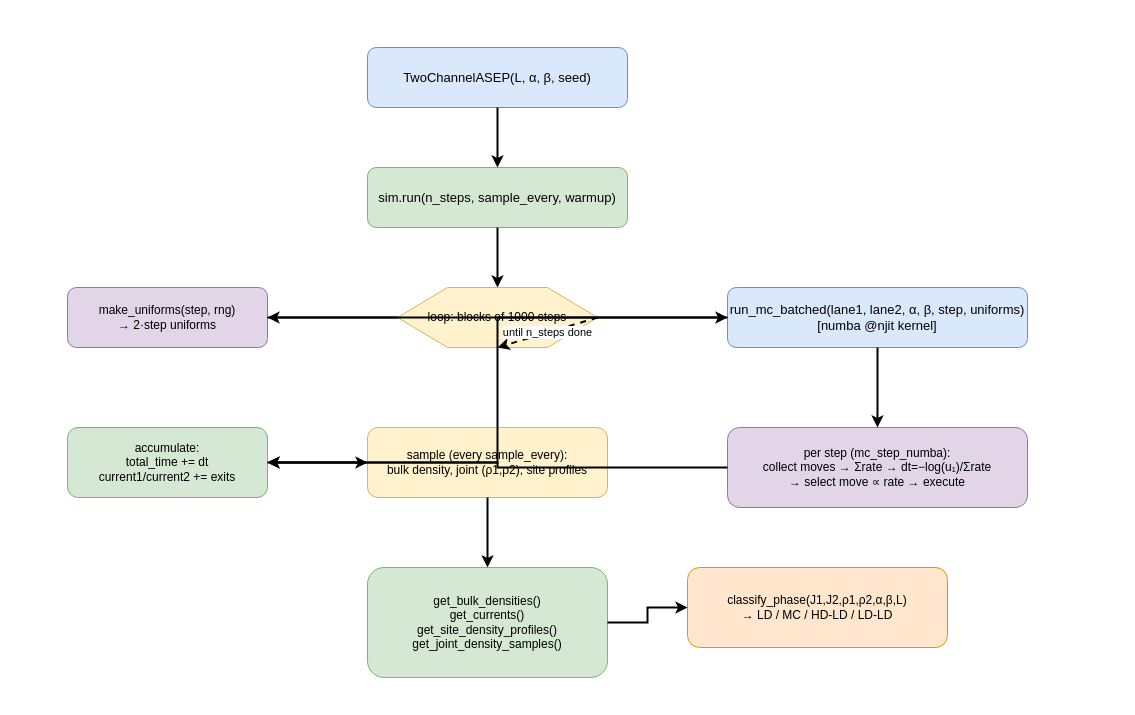
Above: diagrams/simulation_flow.drawio in tusca99/two-channel-asep (draw.io), before the change. Source tidied: cells renumbered, new cells numbered last; positions are measured from the earlier drawing's top-left corner, leaving out a move shared by most shapes. Both pictures are drawn from the tidied source at 100%, with x=0, y=0 at pixel (67, 47).
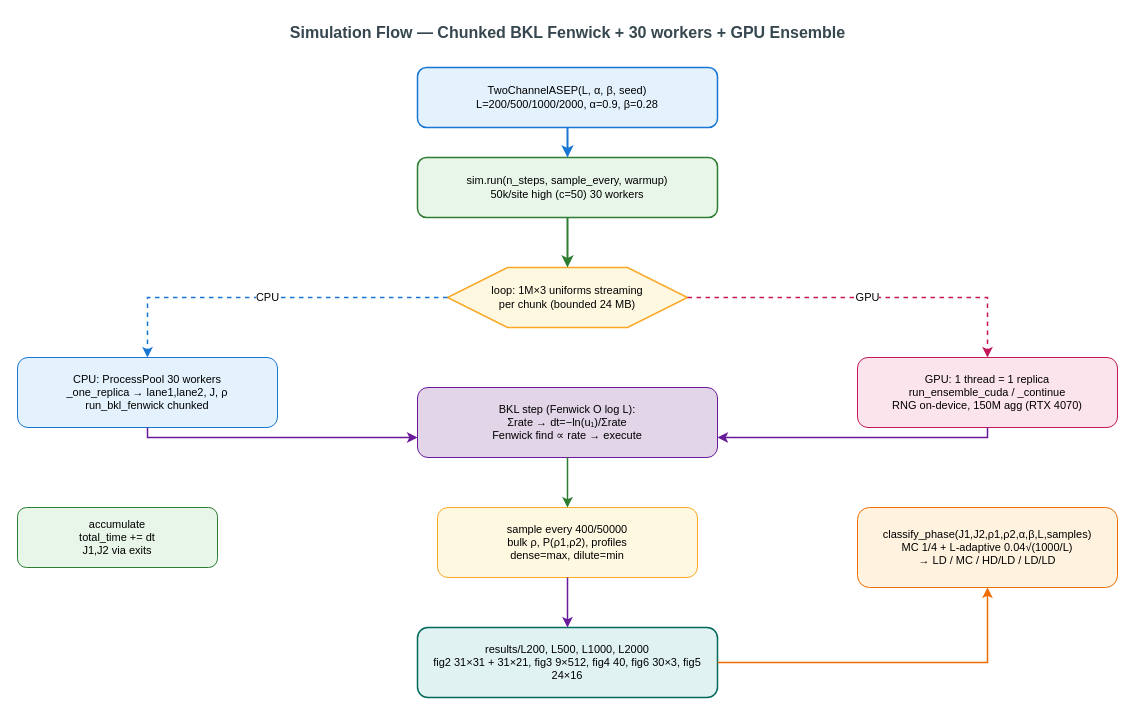
The same page after the edit.

Commit message (it also covers changes not shown here):
docs: update draw.io diagrams - lattice_schematic v2 (L=24 α0.9 β0.28), module_structure v2 (bkl Fenwick/GPU 30w 50k/site), mc_moves v2 (BKL vs GPU), simulation_flow v2 (chunked streaming)

What changed in the source:
```diff
@@
+    <mxCell id="23" value="Simulation Flow — Chunked BKL Fenwick + 30 workers + GPU Ensemble" style="text;html=1;strokeColor=none;fillColor=none;align=center;verticalAlign=middle;fontSize=16;fontStyle=1;fontColor=#37474f;" parent="1" vertex="1">
+      <mxGeometry x="150" y="-30" width="700" height="30" as="geometry" />
+    </mxCell>
-    <mxCell id="2" value="TwoChannelASEP(L, α, β, seed)" style="rounded=1;whiteSpace=wrap;html=1;fillColor=#dae8fc;strokeColor=#6c8ebf;fontSize=13;" parent="1" vertex="1">
-      <mxGeometry x="300" width="260" height="60" as="geometry" />
+    <mxCell id="2" value="TwoChannelASEP(L, α, β, seed)&#10;L=200/500/1000/2000, α=0.9, β=0.28" style="rounded=1;whiteSpace=wrap;html=1;fillColor=#e3f2fd;strokeColor=#1976d2;strokeWidth=1.5;fontSize=11;" parent="1" vertex="1">
+      <mxGeometry x="350" y="20" width="300" height="60" as="geometry" />
     </mxCell>
-    <mxCell id="3" value="sim.run(n_steps, sample_every, warmup)" style="rounded=1;whiteSpace=wrap;html=1;fillColor=#d5e8d4;strokeColor=#82b366;fontSize=13;" parent="1" vertex="1">
-      <mxGeometry x="300" y="120" width="260" height="60" as="geometry" />
+    <mxCell id="3" value="sim.run(n_steps, sample_every, warmup)&#10;50k/site high (c=50) 30 workers" style="rounded=1;whiteSpace=wrap;html=1;fillColor=#e8f5e9;strokeColor=#2e7d32;strokeWidth=1.5;fontSize=11;" parent="1" vertex="1">
+      <mxGeometry x="350" y="110" width="300" height="60" as="geometry" />
     </mxCell>
-    <mxCell id="4" value="loop: blocks of 1000 steps" style="shape=hexagon;perimeter=hexagonPerimeter2;whiteSpace=wrap;html=1;fillColor=#fff2cc;strokeColor=#d6b656;fontSize=12;" parent="1" vertex="1">
-      <mxGeometry x="330" y="240" width="200" height="60" as="geometry" />
+    <mxCell id="4" value="loop: 1M×3 uniforms streaming&#10;per chunk (bounded 24 MB)" style="shape=hexagon;perimeter=hexagonPerimeter2;whiteSpace=wrap;html=1;fillColor=#fff8e1;strokeColor=#f9a825;strokeWidth=1.5;fontSize=11;" parent="1" vertex="1">
+      <mxGeometry x="380" y="220" width="240" height="60" as="geometry" />
     </mxCell>
-    <mxCell id="5" value="make_uniforms(step, rng)&#10;→ 2·step uniforms" style="rounded=1;whiteSpace=wrap;html=1;fillColor=#e1d5e7;strokeColor=#9673a6;" parent="1" vertex="1">
-      <mxGeometry y="240" width="200" height="60" as="geometry" />
-    </mxCell>
-    <mxCell id="6" value="run_mc_batched(lane1, lane2, α, β, step, uniforms)&#10;[numba @njit kernel]" style="rounded=1;whiteSpace=wrap;html=1;fillColor=#dae8fc;strokeColor=#6c8ebf;fontSize=13;" parent="1" vertex="1">
-      <mxGeometry x="660" y="240" width="300" height="60" as="geometry" />
-    </mxCell>
+    <mxCell id="24" value="CPU: ProcessPool 30 workers&#10;_one_replica → lane1,lane2, J, ρ&#10;run_bkl_fenwick chunked" style="rounded=1;whiteSpace=wrap;html=1;fillColor=#e3f2fd;strokeColor=#1976d2;fontSize=11;" parent="1" vertex="1">
+      <mxGeometry x="-50" y="310" width="260" height="70" as="geometry" />
+    </mxCell>
+    <mxCell id="25" value="GPU: 1 thread = 1 replica&#10;run_ensemble_cuda / _continue&#10;RNG on-device, 150M agg (RTX 4070)" style="rounded=1;whiteSpace=wrap;html=1;fillColor=#fce4ec;strokeColor=#c2185b;fontSize=11;" parent="1" vertex="1">
+      <mxGeometry x="790" y="310" width="260" height="70" as="geometry" />
+    </mxCell>
-    <mxCell id="7" value="per step (mc_step_numba):&#10;collect moves → Σrate → dt=−log(u₁)/Σrate&#10;→ select move ∝ rate → execute" style="rounded=1;whiteSpace=wrap;html=1;fillColor=#e1d5e7;strokeColor=#9673a6;fontSize=12;" parent="1" vertex="1">
-      <mxGeometry x="660" y="380" width="300" height="80" as="geometry" />
+    <mxCell id="7" value="BKL step (Fenwick O log L):&#10;Σrate → dt=−ln(u₁)/Σrate&#10;Fenwick find ∝ rate → execute" style="rounded=1;whiteSpace=wrap;html=1;fillColor=#e1d5e7;strokeColor=#6a1b9a;fontSize=11;" parent="1" vertex="1">
+      <mxGeometry x="350" y="340" width="300" height="70" as="geometry" />
     </mxCell>
-    <mxCell id="8" value="accumulate:&#10;total_time += dt&#10;current1/current2 += exits" style="rounded=1;whiteSpace=wrap;html=1;fillColor=#d5e8d4;strokeColor=#82b366;" parent="1" vertex="1">
-      <mxGeometry y="380" width="200" height="70" as="geometry" />
+    <mxCell id="8" value="accumulate&#10;total_time += dt&#10;J1,J2 via exits" style="rounded=1;whiteSpace=wrap;html=1;fillColor=#e8f5e9;strokeColor=#2e7d32;fontSize=11;" parent="1" vertex="1">
+      <mxGeometry x="-50" y="460" width="200" height="60" as="geometry" />
     </mxCell>
-    <mxCell id="9" value="sample (every sample_every):&#10;bulk density, joint (ρ1,ρ2), site profiles" style="rounded=1;whiteSpace=wrap;html=1;fillColor=#fff2cc;strokeColor=#d6b656;" parent="1" vertex="1">
-      <mxGeometry x="300" y="380" width="240" height="70" as="geometry" />
+    <mxCell id="9" value="sample every 400/50000&#10;bulk ρ, P(ρ1,ρ2), profiles&#10;dense=max, dilute=min" style="rounded=1;whiteSpace=wrap;html=1;fillColor=#fff8e1;strokeColor=#f9a825;fontSize=11;" parent="1" vertex="1">
+      <mxGeometry x="370" y="460" width="260" height="70" as="geometry" />
     </mxCell>
-    <mxCell id="10" value="get_bulk_densities()&#10;get_currents()&#10;get_site_density_profiles()&#10;get_joint_density_samples()" style="rounded=1;whiteSpace=wrap;html=1;fillColor=#d5e8d4;strokeColor=#82b366;" parent="1" vertex="1">
-      <mxGeometry x="300" y="520" width="240" height="110" as="geometry" />
+    <mxCell id="10" value="classify_phase(J1,J2,ρ1,ρ2,α,β,L,samples)&#10;MC 1/4 + L-adaptive 0.04√(1000/L)&#10;→ LD / MC / HD/LD / LD/LD" style="rounded=1;whiteSpace=wrap;html=1;fillColor=#fff3e0;strokeColor=#ef6c00;fontSize=11;" parent="1" vertex="1">
+      <mxGeometry x="790" y="460" width="260" height="80" as="geometry" />
     </mxCell>
-    <mxCell id="11" value="classify_phase(J1,J2,ρ1,ρ2,α,β,L)&#10;→ LD / MC / HD-LD / LD-LD" style="rounded=1;whiteSpace=wrap;html=1;fillColor=#ffe6cc;strokeColor=#d79b00;" parent="1" vertex="1">
-      <mxGeometry x="620" y="520" width="260" height="80" as="geometry" />
-    </mxCell>
+    <mxCell id="26" value="results/L200, L500, L1000, L2000&#10;fig2 31×31 + 31×21, fig3 9×512, fig4 40, fig6 30×3, fig5 24×16" style="rounded=1;whiteSpace=wrap;html=1;fillColor=#e0f2f1;strokeColor=#00695c;strokeWidth=1.5;fontSize=11;" parent="1" vertex="1">
+      <mxGeometry x="350" y="580" width="300" height="70" as="geometry" />
+    </mxCell>
-    <mxCell id="12" style="edgeStyle=orthogonalEdgeStyle;html=1;rounded=0;strokeWidth=2;endArrow=classic;startArrow=none;exitX=0.5;exitY=1;exitDx=0;exitDy=0;entryX=0.5;entryY=0;entryDx=0;entryDy=0;" parent="1" edge="1" source="2" target="3">
+    <mxCell id="12" style="edgeStyle=orthogonalEdgeStyle;html=1;rounded=0;strokeWidth=2;strokeColor=#1976d2;endArrow=classic;" parent="1" edge="1" source="2" target="3">
       <mxGeometry relative="1" as="geometry" />
     </mxCell>
-    <mxCell id="13" style="edgeStyle=orthogonalEdgeStyle;html=1;rounded=0;strokeWidth=2;endArrow=classic;startArrow=none;exitX=0.5;exitY=1;exitDx=0;exitDy=0;entryX=0.5;entryY=0;entryDx=0;entryDy=0;" parent="1" edge="1" source="3" target="4">
+    <mxCell id="13" style="edgeStyle=orthogonalEdgeStyle;html=1;rounded=0;strokeWidth=2;strokeColor=#2e7d32;endArrow=classic;" parent="1" edge="1" source="3" target="4">
       <mxGeometry relative="1" as="geometry" />
     </mxCell>
-    <mxCell id="14" style="edgeStyle=orthogonalEdgeStyle;html=1;rounded=0;strokeWidth=2;endArrow=classic;startArrow=none;exitX=0;exitY=0.5;exitDx=0;exitDy=0;entryX=1;entryY=0.5;entryDx=0;entryDy=0;" parent="1" edge="1" source="4" target="5">
-      <mxGeometry relative="1" as="geometry" />
-    </mxCell>
+    <mxCell id="27" value="CPU" style="edgeStyle=orthogonalEdgeStyle;html=1;rounded=0;strokeWidth=1.5;strokeColor=#1976d2;endArrow=classic;dashed=1;" parent="1" edge="1" source="4" target="24">
+      <mxGeometry relative="1" as="geometry" />
+    </mxCell>
+    <mxCell id="28" value="GPU" style="edgeStyle=orthogonalEdgeStyle;html=1;rounded=0;strokeWidth=1.5;strokeColor=#c2185b;endArrow=classic;dashed=1;" parent="1" edge="1" source="4" target="25">
+      <mxGeometry relative="1" as="geometry" />
+    </mxCell>
-    <mxCell id="15" style="edgeStyle=orthogonalEdgeStyle;html=1;rounded=0;strokeWidth=2;endArrow=classic;startArrow=none;exitX=1;exitY=0.5;exitDx=0;exitDy=0;entryX=0;entryY=0.5;entryDx=0;entryDy=0;" parent="1" edge="1" source="5" target="6">
-      <mxGeometry relative="1" as="geometry" />
+    <mxCell id="15" style="edgeStyle=orthogonalEdgeStyle;html=1;rounded=0;strokeWidth=1.5;strokeColor=#6a1b9a;endArrow=classic;" parent="1" edge="1" source="24" target="7">
+      <mxGeometry relative="1" as="geometry">
+        <Array as="points">
+          <mxPoint x="80" y="390" />
+          <mxPoint x="500" y="390" />
+        </Array>
+      </mxGeometry>
     </mxCell>
-    <mxCell id="16" style="edgeStyle=orthogonalEdgeStyle;html=1;rounded=0;strokeWidth=2;endArrow=classic;startArrow=none;exitX=0.5;exitY=1;exitDx=0;exitDy=0;entryX=0.5;entryY=0;entryDx=0;entryDy=0;" parent="1" edge="1" source="6" target="7">
-      <mxGeometry relative="1" as="geometry" />
+    <mxCell id="16" style="edgeStyle=orthogonalEdgeStyle;html=1;rounded=0;strokeWidth=1.5;strokeColor=#6a1b9a;endArrow=classic;" parent="1" edge="1" source="25" target="7">
+      <mxGeometry relative="1" as="geometry">
+        <Array as="points">
+          <mxPoint x="920" y="390" />
+          <mxPoint x="500" y="390" />
+        </Array>
+      </mxGeometry>
     </mxCell>
-    <mxCell id="17" style="edgeStyle=orthogonalEdgeStyle;html=1;rounded=0;strokeWidth=2;endArrow=classic;startArrow=none;exitX=0;exitY=0.5;exitDx=0;exitDy=0;entryX=1;entryY=0.5;entryDx=0;entryDy=0;" parent="1" edge="1" source="6" target="8">
+    <mxCell id="17" style="edgeStyle=orthogonalEdgeStyle;html=1;rounded=0;strokeWidth=1.5;strokeColor=#2e7d32;endArrow=classic;" parent="1" edge="1" source="7" target="9">
       <mxGeometry relative="1" as="geometry" />
     </mxCell>
-    <mxCell id="18" style="edgeStyle=orthogonalEdgeStyle;html=1;rounded=0;strokeWidth=2;endArrow=classic;startArrow=none;exitX=0;exitY=0.5;exitDx=0;exitDy=0;entryX=1;entryY=0.5;entryDx=0;entryDy=0;" parent="1" edge="1" source="7" target="8">
+    <mxCell id="18" style="edgeStyle=orthogonalEdgeStyle;html=1;rounded=0;strokeWidth=1.5;strokeColor=#6a1b9a;endArrow=classic;" parent="1" edge="1" source="9" target="26">
       <mxGeometry relative="1" as="geometry" />
     </mxCell>
-    <mxCell id="19" style="edgeStyle=orthogonalEdgeStyle;html=1;rounded=0;strokeWidth=2;endArrow=classic;startArrow=none;exitX=1;exitY=0.5;exitDx=0;exitDy=0;entryX=0;entryY=0.5;entryDx=0;entryDy=0;" parent="1" edge="1" source="8" target="9">
-      <mxGeometry relative="1" as="geometry" />
+    <mxCell id="19" style="edgeStyle=orthogonalEdgeStyle;html=1;rounded=0;strokeWidth=1.5;strokeColor=#ef6c00;endArrow=classic;" parent="1" edge="1" source="26" target="10">
+      <mxGeometry relative="1" as="geometry">
+        <Array as="points">
+          <mxPoint x="650" y="615" />
+          <mxPoint x="920" y="615" />
+          <mxPoint x="920" y="540" />
+        </Array>
+      </mxGeometry>
     </mxCell>
-    <mxCell id="20" style="edgeStyle=orthogonalEdgeStyle;html=1;rounded=0;strokeWidth=2;endArrow=classic;startArrow=none;exitX=0.5;exitY=1;exitDx=0;exitDy=0;entryX=0.5;entryY=0;entryDx=0;entryDy=0;" parent="1" edge="1" source="9" target="10">
-      <mxGeometry relative="1" as="geometry" />
-    </mxCell>
-    <mxCell id="21" style="edgeStyle=orthogonalEdgeStyle;html=1;rounded=0;strokeWidth=2;endArrow=classic;startArrow=none;exitX=1;exitY=0.5;exitDx=0;exitDy=0;entryX=0;entryY=0.5;entryDx=0;entryDy=0;" parent="1" edge="1" source="10" target="11">
-      <mxGeometry relative="1" as="geometry" />
-    </mxCell>
-    <mxCell id="22" value="until n_steps done" style="edgeStyle=orthogonalEdgeStyle;html=1;rounded=0;strokeWidth=2;dashed=1;endArrow=classic;startArrow=none;exitX=1;exitY=0.5;exitDx=0;exitDy=0;entryX=0.5;entryY=1;entryDx=0;entryDy=0;" parent="1" edge="1" source="4" target="4">
-      <mxGeometry relative="1" as="geometry" />
-    </mxCell>
```
